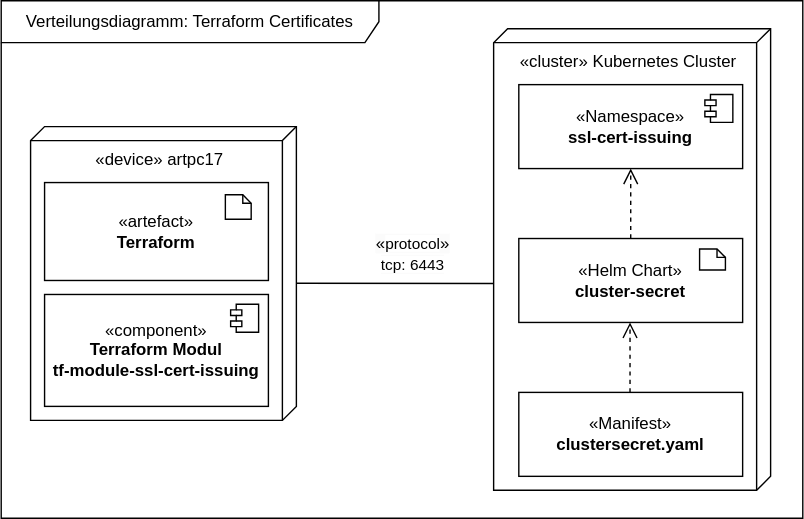
The draw.io diagram uni-bsc/dd-terraform-certificates.drawio.svg in pogii123/drawio-charts, before a commit. Source tidied: cells renumbered, new cells last; positions are measured from the earlier drawing's top-left corner, leaving out a move shared by most shapes. The source it was exported from:
```xml
<mxGraphModel>
  <root>
    <mxCell id="0" />
    <mxCell id="1" parent="0" />
    <mxCell id="2" value="«device» artpc17" style="verticalAlign=top;align=center;shape=cube;size=10;direction=south;html=1;boundedLbl=1;spacingLeft=5;whiteSpace=wrap;" parent="1" vertex="1">
      <mxGeometry x="21" y="90" width="190" height="210" as="geometry" />
    </mxCell>
    <mxCell id="3" value="«component»&lt;br&gt;&lt;b&gt;Terraform Modul&lt;br&gt;tf-module-ssl-cert-issuing&lt;/b&gt;" style="html=1;whiteSpace=wrap;" parent="1" vertex="1">
      <mxGeometry x="31" y="210" width="160" height="80" as="geometry" />
    </mxCell>
    <mxCell id="4" style="shape=module;jettyWidth=8;jettyHeight=4;" parent="3" vertex="1">
      <mxGeometry x="1" width="20" height="20" relative="1" as="geometry">
        <mxPoint x="-27" y="7" as="offset" />
      </mxGeometry>
    </mxCell>
    <mxCell id="5" style="group;" parent="1" vertex="1">
      <mxGeometry x="31" y="130" width="160" height="70" as="geometry" />
    </mxCell>
    <mxCell id="6" value="«artefact»&lt;br&gt;&lt;b&gt;Terraform&lt;/b&gt;" style="html=1;whiteSpace=wrap;" parent="5" vertex="1">
      <mxGeometry width="160" height="70" as="geometry" />
    </mxCell>
    <mxCell id="7" style="shape=note2;boundedLbl=1;whiteSpace=wrap;html=1;size=6;verticalAlign=top;align=left;spacingLeft=5;" parent="5" vertex="1">
      <mxGeometry x="129.2" y="8.8" width="18.5" height="17.5" as="geometry" />
    </mxCell>
    <mxCell id="8" style="edgeStyle=orthogonalEdgeStyle;rounded=0;jettySize=auto;html=1;endArrow=none;endFill=0;entryX=0.552;entryY=1;entryDx=0;entryDy=0;entryPerimeter=0;" parent="1" edge="1" target="11">
      <mxGeometry relative="1" as="geometry">
        <mxPoint x="211" y="202" as="sourcePoint" />
        <Array as="points">
          <mxPoint x="211" y="202" />
        </Array>
      </mxGeometry>
    </mxCell>
    <mxCell id="9" value="&lt;span style=&quot;font-size: 12px; text-wrap: wrap; background-color: rgb(251, 251, 251);&quot;&gt;&lt;span style=&quot;text-wrap-style: initial; background-color: rgb(251, 251, 251);&quot;&gt;«&lt;/span&gt;&lt;span style=&quot;font-size: 11px; text-wrap-mode: nowrap; background-color: rgb(255, 255, 255);&quot;&gt;protocol&lt;/span&gt;&lt;span style=&quot;text-wrap-style: initial; background-color: rgb(251, 251, 251);&quot;&gt;»&lt;/span&gt;&lt;br style=&quot;font-size: 11px; text-wrap-mode: nowrap;&quot;&gt;&lt;span style=&quot;font-size: 11px; text-wrap-mode: nowrap; background-color: rgb(255, 255, 255);&quot;&gt;tcp: 6443&lt;/span&gt;&lt;/span&gt;" style="edgeLabel;html=1;align=center;verticalAlign=middle;" parent="8" vertex="1">
      <mxGeometry x="-0.26" y="2" relative="1" as="geometry">
        <mxPoint x="30" y="-20" as="offset" />
      </mxGeometry>
    </mxCell>
    <mxCell id="10" value="Verteilungsdiagramm: Terraform Certificates" style="shape=umlFrame;whiteSpace=wrap;html=1;width=270;height=30;" parent="1" vertex="1">
      <mxGeometry width="573" height="370" as="geometry" />
    </mxCell>
    <mxCell id="11" value="«cluster» Kubernetes Cluster" style="verticalAlign=top;align=center;shape=cube;size=10;direction=south;html=1;boundedLbl=1;spacingLeft=5;whiteSpace=wrap;" parent="10" vertex="1">
      <mxGeometry x="352" y="20" width="198" height="330" as="geometry" />
    </mxCell>
    <mxCell id="12" value="«Namespace»&lt;b&gt;&lt;br&gt;ssl-cert-issuing&lt;/b&gt;" style="html=1;whiteSpace=wrap;" parent="10" vertex="1">
      <mxGeometry x="370" y="60" width="160" height="60" as="geometry" />
    </mxCell>
    <mxCell id="13" style="shape=module;jettyWidth=8;jettyHeight=4;" parent="12" vertex="1">
      <mxGeometry x="1" width="20" height="20" relative="1" as="geometry">
        <mxPoint x="-27" y="7" as="offset" />
      </mxGeometry>
    </mxCell>
    <mxCell id="14" style="group;" parent="10" vertex="1">
      <mxGeometry x="370" y="170" width="160" height="60" as="geometry" />
    </mxCell>
    <mxCell id="15" value="«Helm Chart»&lt;br&gt;&lt;b&gt;cluster-secret&lt;/b&gt;" style="html=1;whiteSpace=wrap;" parent="14" vertex="1">
      <mxGeometry width="160" height="60" as="geometry" />
    </mxCell>
    <mxCell id="16" style="shape=note2;boundedLbl=1;whiteSpace=wrap;html=1;size=6;verticalAlign=top;align=left;spacingLeft=5;" parent="14" vertex="1">
      <mxGeometry x="129.2" y="7.5" width="18.5" height="15" as="geometry" />
    </mxCell>
    <mxCell id="17" style="rounded=0;jettySize=auto;html=1;exitX=0.5;exitY=0;exitDx=0;exitDy=0;entryX=0.5;entryY=1;entryDx=0;entryDy=0;dashed=1;endArrow=open;endFill=0;strokeWidth=1;endSize=9;startSize=6;" parent="10" edge="1" source="15" target="12">
      <mxGeometry relative="1" as="geometry" />
    </mxCell>
    <mxCell id="18" value="«Manifest»&lt;br&gt;&lt;b&gt;clustersecret.yaml&lt;/b&gt;" style="html=1;whiteSpace=wrap;" parent="10" vertex="1">
      <mxGeometry x="370" y="280" width="160" height="60" as="geometry" />
    </mxCell>
    <mxCell id="19" style="rounded=0;orthogonalLoop=1;jettySize=auto;html=1;exitX=0.5;exitY=0;exitDx=0;exitDy=0;entryX=0.5;entryY=1;entryDx=0;entryDy=0;dashed=1;endArrow=open;endFill=0;strokeWidth=1;endSize=9;startSize=6;" parent="10" edge="1">
      <mxGeometry relative="1" as="geometry">
        <mxPoint x="449.5" y="280" as="sourcePoint" />
        <mxPoint x="449.5" y="230" as="targetPoint" />
      </mxGeometry>
    </mxCell>
  </root>
</mxGraphModel>
```
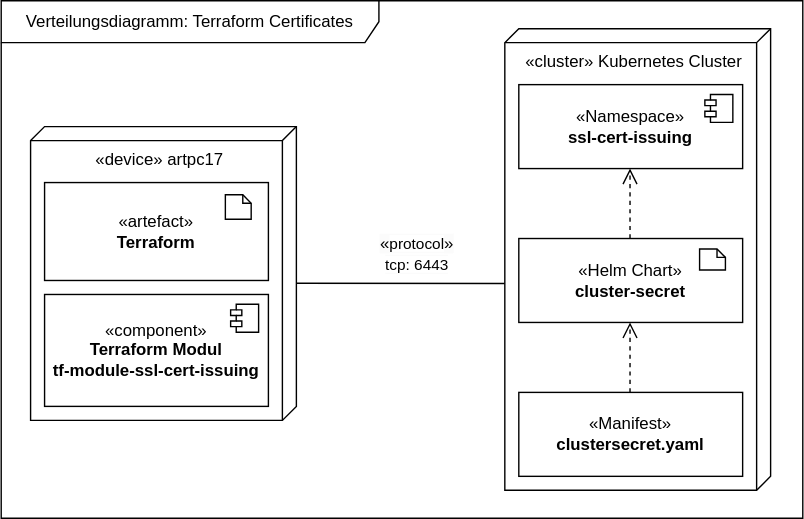
The same diagram one commit later.

What changed in the source:
```diff
@@ -39,7 +39,7 @@
       <mxGeometry width="573" height="370" as="geometry" />
     </mxCell>
     <mxCell id="11" value="«cluster» Kubernetes Cluster" style="verticalAlign=top;align=center;shape=cube;size=10;direction=south;html=1;boundedLbl=1;spacingLeft=5;whiteSpace=wrap;" parent="10" vertex="1">
-      <mxGeometry x="352" y="20" width="198" height="330" as="geometry" />
+      <mxGeometry x="360" y="20" width="190" height="330" as="geometry" />
     </mxCell>
     <mxCell id="12" value="«Namespace»&lt;b&gt;&lt;br&gt;ssl-cert-issuing&lt;/b&gt;" style="html=1;whiteSpace=wrap;" parent="10" vertex="1">
       <mxGeometry x="370" y="60" width="160" height="60" as="geometry" />
@@ -58,9 +58,6 @@
     <mxCell id="16" style="shape=note2;boundedLbl=1;whiteSpace=wrap;html=1;size=6;verticalAlign=top;align=left;spacingLeft=5;" parent="14" vertex="1">
       <mxGeometry x="129.2" y="7.5" width="18.5" height="15" as="geometry" />
     </mxCell>
-    <mxCell id="17" style="rounded=0;jettySize=auto;html=1;exitX=0.5;exitY=0;exitDx=0;exitDy=0;entryX=0.5;entryY=1;entryDx=0;entryDy=0;dashed=1;endArrow=open;endFill=0;strokeWidth=1;endSize=9;startSize=6;" parent="10" edge="1" source="15" target="12">
-      <mxGeometry relative="1" as="geometry" />
-    </mxCell>
     <mxCell id="18" value="«Manifest»&lt;br&gt;&lt;b&gt;clustersecret.yaml&lt;/b&gt;" style="html=1;whiteSpace=wrap;" parent="10" vertex="1">
       <mxGeometry x="370" y="280" width="160" height="60" as="geometry" />
     </mxCell>
@@ -70,5 +67,11 @@
         <mxPoint x="449.5" y="230" as="targetPoint" />
       </mxGeometry>
     </mxCell>
+    <mxCell id="20" style="rounded=0;orthogonalLoop=1;jettySize=auto;html=1;exitX=0.5;exitY=0;exitDx=0;exitDy=0;entryX=0.5;entryY=1;entryDx=0;entryDy=0;dashed=1;endArrow=open;endFill=0;strokeWidth=1;endSize=9;startSize=6;" parent="10" edge="1">
+      <mxGeometry relative="1" as="geometry">
+        <mxPoint x="449.5" y="170" as="sourcePoint" />
+        <mxPoint x="449.5" y="120" as="targetPoint" />
+      </mxGeometry>
+    </mxCell>
   </root>
 </mxGraphModel>
```
